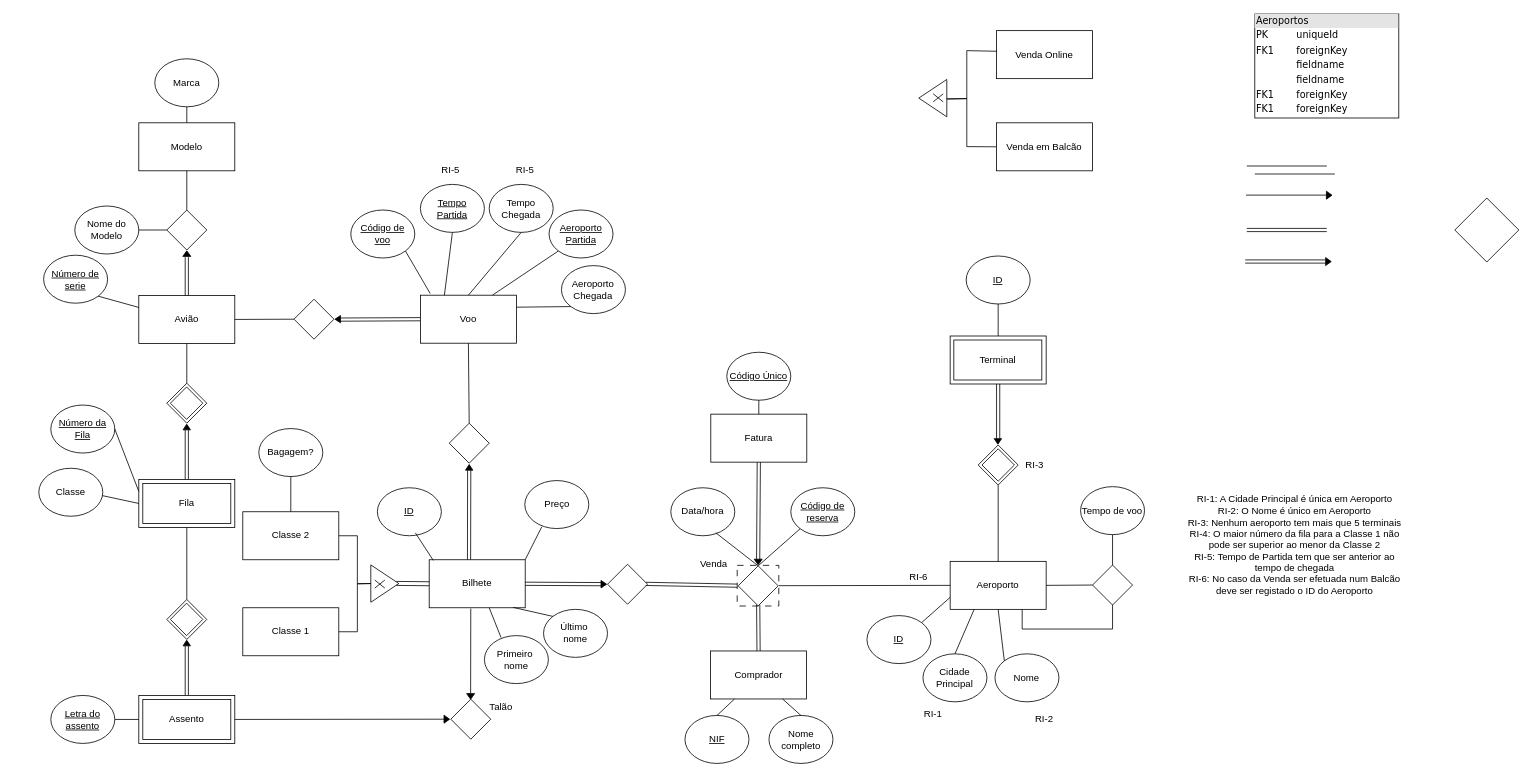
The draw.io diagram Projeto_BD.drawio in Samuel-k276/BD-2025, before the edit. Source tidied: cells renumbered, new cells numbered last; positions are measured from the earlier drawing's top-left corner, leaving out a move shared by most shapes. Both pictures are drawn from the tidied source at 80%, with x=0, y=0 at pixel (13, 14).
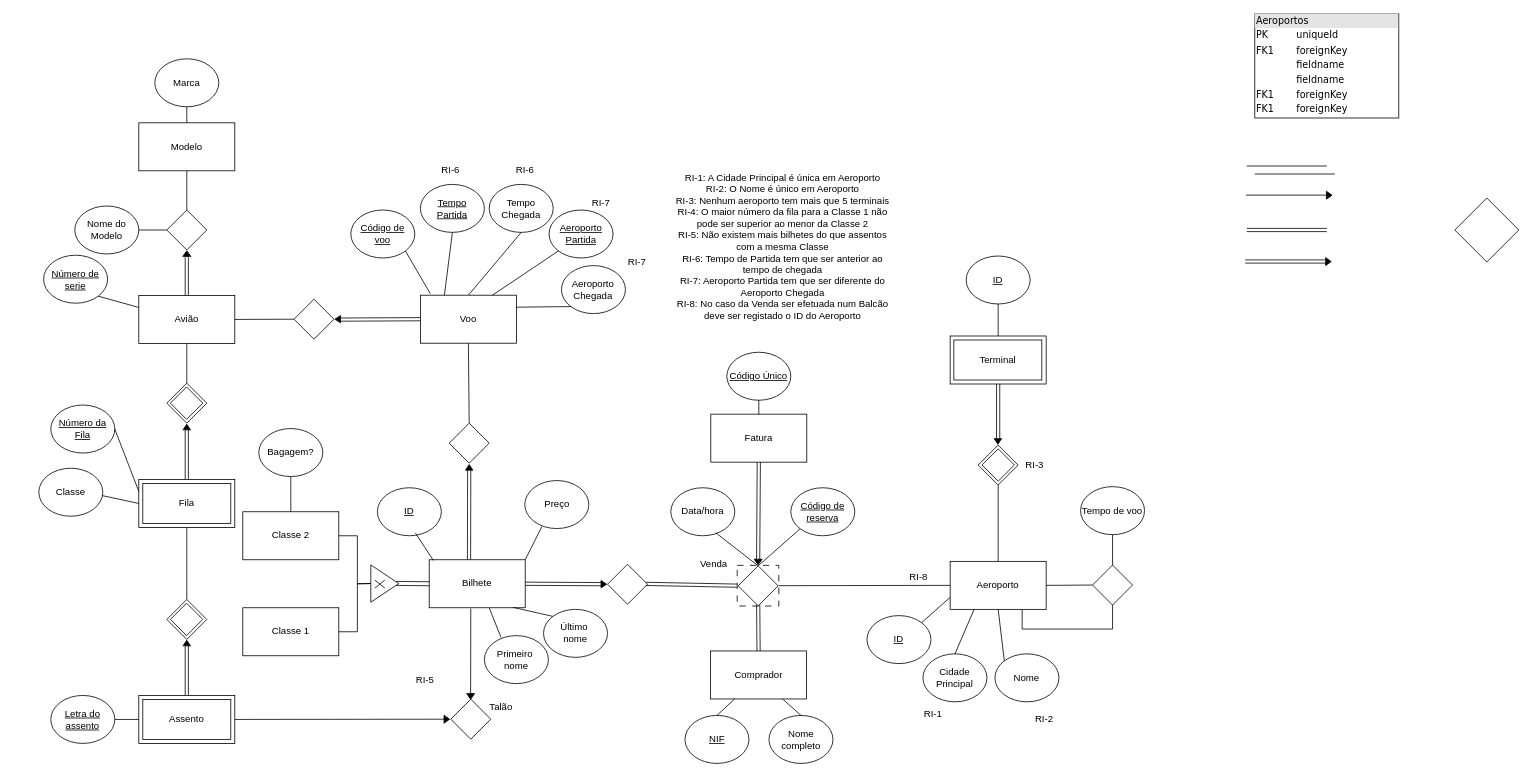
The same diagram, later.

What changed in the source:
```diff
@@
-    <mxCell id="82" value="Venda Online" style="rounded=0;whiteSpace=wrap;html=1;direction=east;" parent="1" vertex="1">
-      <mxGeometry x="1229" y="20.8" width="120" height="60" as="geometry" />
-    </mxCell>
-    <mxCell id="83" value="Venda em Balcão" style="rounded=0;whiteSpace=wrap;html=1;direction=east;" parent="1" vertex="1">
-      <mxGeometry x="1229" y="136" width="120" height="60" as="geometry" />
-    </mxCell>
-    <mxCell id="84" style="group;direction=east;rotation=0;" parent="1" vertex="1">
-      <mxGeometry x="1167" y="45.8" width="60" height="120" as="geometry" />
-    </mxCell>
-    <mxCell id="85" style="group;rotation=-180;" parent="1" vertex="1">
-      <mxGeometry x="1132" y="81.8" width="35" height="46.7" as="geometry" />
-    </mxCell>
-    <mxCell id="86" style="triangle;whiteSpace=wrap;html=1;rotation=-540;" parent="85" vertex="1">
-      <mxGeometry width="35" height="46.7" as="geometry" />
-    </mxCell>
-    <mxCell id="87" style="shape=mxgraph.sysml.x;rotation=-360;" parent="85" vertex="1">
-      <mxGeometry x="18" y="18" width="12.5" height="10" as="geometry" />
-    </mxCell>
-    <mxCell id="88" style="endArrow=none;html=1;rounded=0;exitX=-0.005;exitY=0.477;exitDx=0;exitDy=0;entryX=0.007;entryY=0.43;entryDx=0;entryDy=0;entryPerimeter=0;exitPerimeter=0;" parent="1" edge="1" source="86" target="82">
-      <mxGeometry relative="1" as="geometry">
-        <Array as="points">
-          <mxPoint x="1192" y="105.8" />
-          <mxPoint x="1192" y="45.8" />
-        </Array>
-      </mxGeometry>
-    </mxCell>
-    <mxCell id="89" style="endArrow=none;html=1;rounded=0;entryX=0;entryY=0.5;entryDx=0;entryDy=0;exitX=0;exitY=0.479;exitDx=0;exitDy=0;exitPerimeter=0;" parent="1" edge="1" source="86" target="83">
-      <mxGeometry relative="1" as="geometry">
-        <Array as="points">
-          <mxPoint x="1192" y="105.8" />
-          <mxPoint x="1192" y="165.8" />
-        </Array>
-      </mxGeometry>
-    </mxCell>
@@
-    <mxCell id="123" value="&lt;div&gt;RI-1: A Cidade Principal é única em Aeroporto&lt;/div&gt;&lt;div&gt;RI-2: O Nome é único em Aeroporto&lt;/div&gt;RI-3: Nenhum aeroporto tem mais que 5 terminais&lt;div&gt;RI-4: O maior número da fila para a Classe 1 não pode ser superior ao menor da Classe 2&lt;/div&gt;&lt;div&gt;RI-5: Tempo de Partida tem que ser anterior ao tempo de chegada&lt;/div&gt;&lt;div&gt;RI-6: No caso da Venda ser efetuada num Balcão deve ser registado o ID do Aeroporto&lt;/div&gt;" style="text;html=1;align=center;verticalAlign=middle;whiteSpace=wrap;rounded=0;" parent="1" vertex="1">
-      <mxGeometry x="1462" y="560.2" width="280" height="208.2" as="geometry" />
+    <mxCell id="123" value="&lt;div&gt;RI-1: A Cidade Principal é única em Aeroporto&lt;/div&gt;&lt;div&gt;RI-2: O Nome é único em Aeroporto&lt;/div&gt;RI-3: Nenhum aeroporto tem mais que 5 terminais&lt;div&gt;RI-4: O maior número da fila para a Classe 1 não pode ser superior ao menor da Classe 2&lt;/div&gt;&lt;div&gt;RI-5: Não existem mais bilhetes do que assentos com a mesma Classe&lt;/div&gt;&lt;div&gt;RI-6: Tempo de Partida tem que ser anterior ao tempo de chegada&lt;/div&gt;&lt;div&gt;RI-7: Aeroporto Partida tem que ser diferente do Aeroporto Chegada&lt;/div&gt;&lt;div&gt;RI-8: No caso da Venda ser efetuada num Balcão deve ser registado o ID do Aeroporto&lt;/div&gt;" style="text;html=1;align=center;verticalAlign=middle;whiteSpace=wrap;rounded=0;" parent="1" vertex="1">
+      <mxGeometry x="822" y="187" width="280" height="208.2" as="geometry" />
     </mxCell>
@@
-    <mxCell id="149" value="RI-5" style="text;html=1;align=center;verticalAlign=middle;whiteSpace=wrap;rounded=0;" parent="1" vertex="1">
+    <mxCell id="149" value="RI-6" style="text;html=1;align=center;verticalAlign=middle;whiteSpace=wrap;rounded=0;" parent="1" vertex="1">
       <mxGeometry x="609.8" y="180" width="60" height="30" as="geometry" />
     </mxCell>
@@
-    <mxCell id="152" value="RI-5" style="text;html=1;align=center;verticalAlign=middle;whiteSpace=wrap;rounded=0;" parent="1" vertex="1">
+    <mxCell id="152" value="RI-6" style="text;html=1;align=center;verticalAlign=middle;whiteSpace=wrap;rounded=0;" parent="1" vertex="1">
       <mxGeometry x="516.8" y="180" width="60" height="30" as="geometry" />
     </mxCell>
@@
-    <mxCell id="154" value="RI-6" style="text;html=1;align=center;verticalAlign=middle;whiteSpace=wrap;rounded=0;" parent="1" vertex="1">
+    <mxCell id="154" value="RI-8" style="text;html=1;align=center;verticalAlign=middle;whiteSpace=wrap;rounded=0;" parent="1" vertex="1">
       <mxGeometry x="1102" y="689.2" width="60" height="30" as="geometry" />
     </mxCell>
@@
+    <mxCell id="166" value="RI-7" style="text;html=1;align=center;verticalAlign=middle;whiteSpace=wrap;rounded=0;" parent="1" vertex="1">
+      <mxGeometry x="705.3" y="221.5" width="60" height="30" as="geometry" />
+    </mxCell>
+    <mxCell id="167" value="RI-7" style="text;html=1;align=center;verticalAlign=middle;whiteSpace=wrap;rounded=0;" parent="1" vertex="1">
+      <mxGeometry x="749.8" y="294.5" width="60" height="30" as="geometry" />
+    </mxCell>
+    <mxCell id="168" value="RI-5" style="text;html=1;align=center;verticalAlign=middle;whiteSpace=wrap;rounded=0;" parent="1" vertex="1">
+      <mxGeometry x="485" y="817.8" width="60" height="30" as="geometry" />
+    </mxCell>
```
